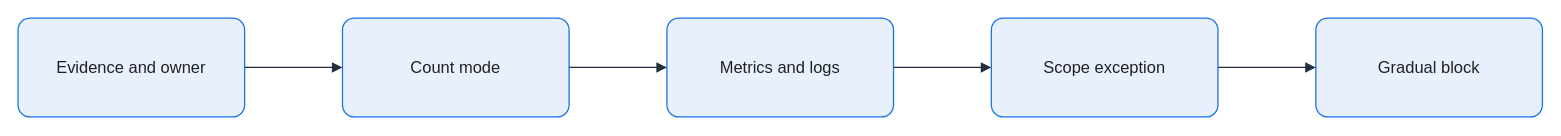
Earlier version of the draw.io diagram assets/img/aws/waf-rule-rollout-flow.drawio (KKamJi98/kkamji98.github.io). Source tidied: cells renumbered, new cells numbered last; positions are measured from the earlier drawing's top-left corner, leaving out a move shared by most shapes. Both pictures are drawn from the tidied source at 103%, with x=0, y=0 at pixel (18, 18).
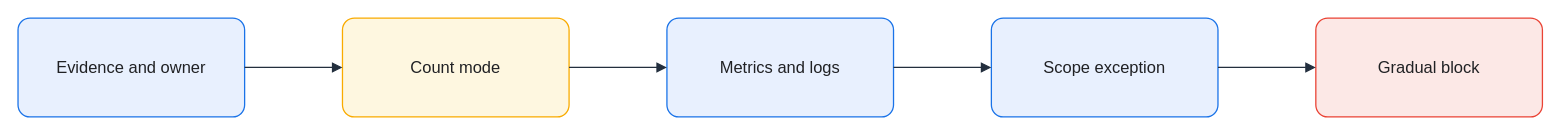
The same page after the edit.

Change to the diagram source:
```diff
@@
 <mxGraphModel background="#FFFFFF">
   <root>
     <mxCell id="0" />
     <mxCell id="1" parent="0" />
     <mxCell id="2" value="Evidence and owner" style="rounded=1;arcSize=12;whiteSpace=wrap;html=0;fillColor=#E8F0FE;strokeColor=#1A73E8;strokeWidth=1.25;fontColor=#202124;fontSize=16;align=center;verticalAlign=middle;spacing=8;shadow=0;" parent="1" vertex="1">
       <mxGeometry width="220" height="96" as="geometry" />
     </mxCell>
-    <mxCell id="3" value="Count mode" style="rounded=1;arcSize=12;whiteSpace=wrap;html=0;fillColor=#E8F0FE;strokeColor=#1A73E8;strokeWidth=1.25;fontColor=#202124;fontSize=16;align=center;verticalAlign=middle;spacing=8;shadow=0;" parent="1" vertex="1">
+    <mxCell id="3" value="Count mode" style="rounded=1;arcSize=12;whiteSpace=wrap;html=0;fillColor=#FEF7E0;strokeColor=#F9AB00;strokeWidth=1.25;fontColor=#202124;fontSize=16;align=center;verticalAlign=middle;spacing=8;shadow=0;" parent="1" vertex="1">
       <mxGeometry x="315" width="220" height="96" as="geometry" />
     </mxCell>
     <mxCell id="4" value="Metrics and logs" style="rounded=1;arcSize=12;whiteSpace=wrap;html=0;fillColor=#E8F0FE;strokeColor=#1A73E8;strokeWidth=1.25;fontColor=#202124;fontSize=16;align=center;verticalAlign=middle;spacing=8;shadow=0;" parent="1" vertex="1">
       <mxGeometry x="630" width="220" height="96" as="geometry" />
     </mxCell>
     <mxCell id="5" value="Scope exception" style="rounded=1;arcSize=12;whiteSpace=wrap;html=0;fillColor=#E8F0FE;strokeColor=#1A73E8;strokeWidth=1.25;fontColor=#202124;fontSize=16;align=center;verticalAlign=middle;spacing=8;shadow=0;" parent="1" vertex="1">
       <mxGeometry x="945" width="220" height="96" as="geometry" />
     </mxCell>
-    <mxCell id="6" value="Gradual block" style="rounded=1;arcSize=12;whiteSpace=wrap;html=0;fillColor=#E8F0FE;strokeColor=#1A73E8;strokeWidth=1.25;fontColor=#202124;fontSize=16;align=center;verticalAlign=middle;spacing=8;shadow=0;" parent="1" vertex="1">
+    <mxCell id="6" value="Gradual block" style="rounded=1;arcSize=12;whiteSpace=wrap;html=0;fillColor=#FCE8E6;strokeColor=#EA4335;strokeWidth=1.25;fontColor=#202124;fontSize=16;align=center;verticalAlign=middle;spacing=8;shadow=0;" parent="1" vertex="1">
       <mxGeometry x="1260" width="220" height="96" as="geometry" />
     </mxCell>
     <mxCell id="7" style="edgeStyle=orthogonalEdgeStyle;rounded=0;jettySize=auto;html=0;endArrow=block;endFill=1;strokeColor=#232F3E;strokeWidth=1.25;fontColor=#202124;labelBackgroundColor=none;exitX=1;exitY=0.5;exitDx=0;exitDy=0;entryX=0;entryY=0.5;entryDx=0;entryDy=0;endSize=7;" parent="1" edge="1" source="2" target="3">
       <mxGeometry relative="1" as="geometry" />
     </mxCell>
     <mxCell id="8" style="edgeStyle=orthogonalEdgeStyle;rounded=0;jettySize=auto;html=0;endArrow=block;endFill=1;strokeColor=#232F3E;strokeWidth=1.25;fontColor=#202124;labelBackgroundColor=none;exitX=1;exitY=0.5;exitDx=0;exitDy=0;entryX=0;entryY=0.5;entryDx=0;entryDy=0;endSize=7;" parent="1" edge="1" source="3" target="4">
       <mxGeometry relative="1" as="geometry" />
     </mxCell>
     <mxCell id="9" style="edgeStyle=orthogonalEdgeStyle;rounded=0;jettySize=auto;html=0;endArrow=block;endFill=1;strokeColor=#232F3E;strokeWidth=1.25;fontColor=#202124;labelBackgroundColor=none;exitX=1;exitY=0.5;exitDx=0;exitDy=0;entryX=0;entryY=0.5;entryDx=0;entryDy=0;endSize=7;" parent="1" edge="1" source="4" target="5">
       <mxGeometry relative="1" as="geometry" />
     </mxCell>
     <mxCell id="10" style="edgeStyle=orthogonalEdgeStyle;rounded=0;jettySize=auto;html=0;endArrow=block;endFill=1;strokeColor=#232F3E;strokeWidth=1.25;fontColor=#202124;labelBackgroundColor=none;exitX=1;exitY=0.5;exitDx=0;exitDy=0;entryX=0;entryY=0.5;entryDx=0;entryDy=0;endSize=7;" parent="1" edge="1" source="5" target="6">
       <mxGeometry relative="1" as="geometry" />
     </mxCell>
   </root>
 </mxGraphModel>
```
